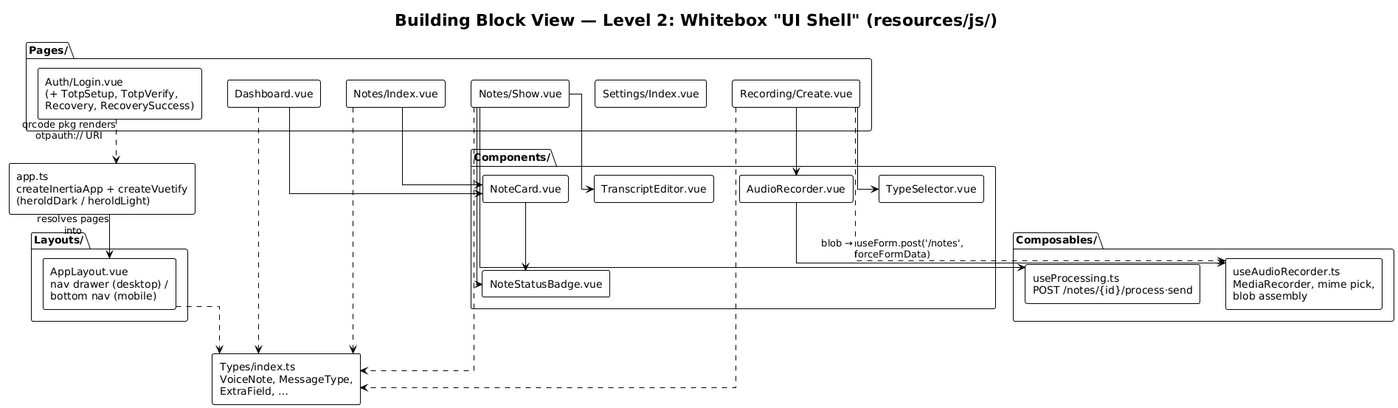
Before: docs/arch/diagrams-png/a05-l2-ui-shell.png, a diagram exported from PlantUML (carstenlucke/herold).
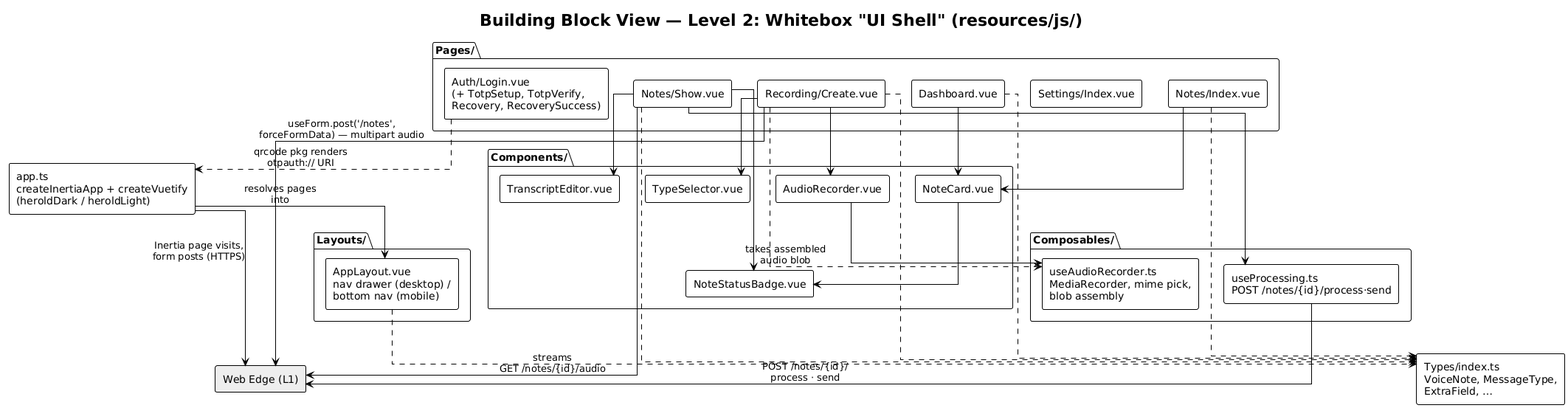
After the change.

Change to the diagram source:
```diff
@@ -35,6 +35,8 @@
 
 [Types/index.ts\nVoiceNote, MessageType,\nExtraField, …] as types
 
+rectangle "Web Edge (L1)" as edge #EEEEEE
+
 app --> layout : resolves pages\ninto
 dashboard --> card
 nindex --> card
@@ -45,8 +47,12 @@
 create --> typesel
 create --> recorder
 recorder --> useRec
-create ..> useRec : blob → useForm.post('/notes',\nforceFormData)
+create ..> useRec : takes assembled\naudio blob
 login ..> app : qrcode pkg renders\notpauth:// URI
+app --> edge : Inertia page visits,\nform posts (HTTPS)
+create --> edge : useForm.post('/notes',\nforceFormData) — multipart audio
+useProc --> edge : POST /notes/{id}/\nprocess · send
+nshow --> edge : streams\nGET /notes/{id}/audio
 layout ..> types
 dashboard ..> types
 nindex ..> types
```
